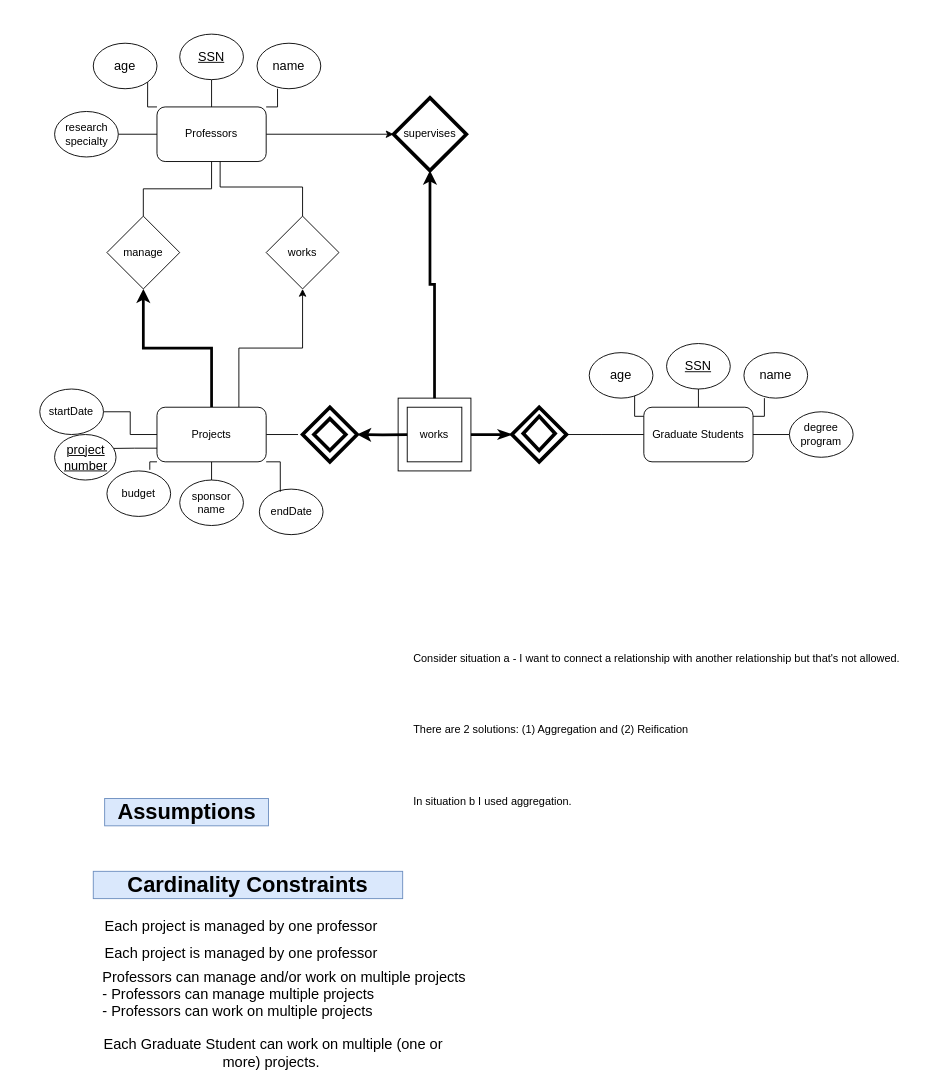
saraimarte/CS336 keeps this draw.io diagram as hw1/hw.drawio. Above is the earlier version. Source tidied: cells renumbered, new cells numbered last; positions are measured from the earlier drawing's top-left corner, leaving out a move shared by most shapes. Both pictures are drawn from the tidied source at 91%, with x=0, y=0 at pixel (39, 34).
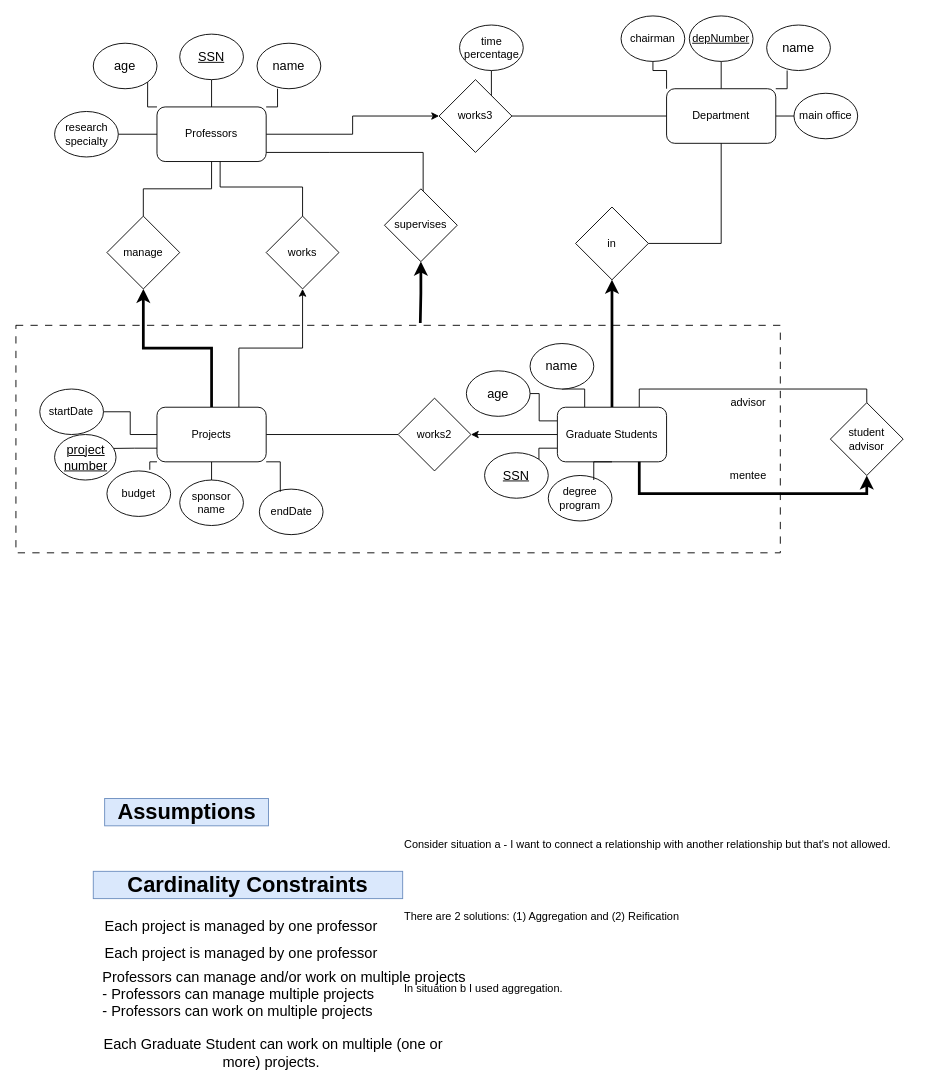
After the change.

Unchanged cells that the change refers to:
```xml
<mxCell id="6" value="Professors" style="rounded=1;whiteSpace=wrap;html=1;" parent="1" vertex="1">
  <mxGeometry x="129" y="80" width="120" height="60" as="geometry" />
</mxCell>
<mxCell id="18" value="Projects" style="rounded=1;whiteSpace=wrap;html=1;" parent="1" vertex="1">
  <mxGeometry x="129" y="410" width="120" height="60" as="geometry" />
</mxCell>
```

Change to the diagram source:
```diff
@@
+    <mxCell id="59" style="rounded=0;whiteSpace=wrap;html=1;dashed=1;fillColor=none;strokeWidth=1;perimeterSpacing=0;dashPattern=8 8;" parent="1" vertex="1">
+      <mxGeometry x="-26" y="320" width="840" height="250" as="geometry" />
+    </mxCell>
@@
-    <mxCell id="5" style="edgeStyle=orthogonalEdgeStyle;rounded=0;jettySize=auto;html=1;" parent="1" edge="1" source="6" target="46">
-      <mxGeometry relative="1" as="geometry" />
+    <mxCell id="5" style="edgeStyle=orthogonalEdgeStyle;rounded=0;orthogonalLoop=1;jettySize=auto;html=1;endArrow=none;endFill=0;" parent="1" edge="1">
+      <mxGeometry relative="1" as="geometry">
+        <mxPoint x="249" y="130" as="sourcePoint" />
+        <mxPoint x="421.5" y="200" as="targetPoint" />
+        <Array as="points">
+          <mxPoint x="319" y="130" />
+          <mxPoint x="319" y="130" />
+        </Array>
+      </mxGeometry>
     </mxCell>
+    <mxCell id="60" style="edgeStyle=orthogonalEdgeStyle;rounded=0;jettySize=auto;html=1;exitX=1;exitY=0.5;exitDx=0;exitDy=0;entryX=0;entryY=0.5;entryDx=0;entryDy=0;" parent="1" edge="1" source="6" target="79">
+      <mxGeometry relative="1" as="geometry" />
+    </mxCell>
@@
-    <mxCell id="17" style="edgeStyle=orthogonalEdgeStyle;rounded=0;jettySize=auto;html=1;exitX=1;exitY=0.5;exitDx=0;exitDy=0;endArrow=none;endFill=0;" parent="1" edge="1" source="18">
-      <mxGeometry relative="1" as="geometry">
-        <mxPoint x="284" y="440" as="targetPoint" />
-      </mxGeometry>
+    <mxCell id="17" style="edgeStyle=orthogonalEdgeStyle;rounded=0;jettySize=auto;html=1;exitX=1;exitY=0.5;exitDx=0;exitDy=0;entryX=0;entryY=0.5;entryDx=0;entryDy=0;endArrow=none;endFill=0;" parent="1" edge="1" source="18" target="66">
+      <mxGeometry relative="1" as="geometry" />
     </mxCell>
@@
-    <mxCell id="24" style="edgeStyle=orthogonalEdgeStyle;rounded=0;orthogonalLoop=1;jettySize=auto;html=1;exitX=0.5;exitY=0;exitDx=0;exitDy=0;endArrow=none;endFill=0;" parent="1" edge="1">
-      <mxGeometry relative="1" as="geometry">
-        <mxPoint x="724" y="420" as="sourcePoint" />
-        <mxPoint x="724" y="390" as="targetPoint" />
-      </mxGeometry>
-    </mxCell>
-    <mxCell id="25" style="edgeStyle=orthogonalEdgeStyle;rounded=0;orthogonalLoop=1;jettySize=auto;html=1;exitX=0;exitY=0;exitDx=0;exitDy=0;entryX=1;entryY=1;entryDx=0;entryDy=0;endArrow=none;endFill=0;" parent="1" edge="1">
-      <mxGeometry relative="1" as="geometry">
-        <mxPoint x="664" y="420" as="sourcePoint" />
-        <mxPoint x="653.9" y="392.6" as="targetPoint" />
-      </mxGeometry>
-    </mxCell>
-    <mxCell id="26" style="edgeStyle=orthogonalEdgeStyle;rounded=0;jettySize=auto;html=1;exitX=1;exitY=0.5;exitDx=0;exitDy=0;entryX=0;entryY=0.5;entryDx=0;entryDy=0;endArrow=none;endFill=0;" parent="1" edge="1" source="28" target="33">
-      <mxGeometry relative="1" as="geometry" />
-    </mxCell>
-    <mxCell id="27" style="edgeStyle=orthogonalEdgeStyle;rounded=0;jettySize=auto;html=1;exitX=0;exitY=0.5;exitDx=0;exitDy=0;entryX=1;entryY=0.5;entryDx=0;entryDy=0;endArrow=none;endFill=0;" parent="1" edge="1" source="28">
-      <mxGeometry relative="1" as="geometry">
-        <mxPoint x="569" y="440" as="targetPoint" />
-      </mxGeometry>
+    <mxCell id="27" style="edgeStyle=orthogonalEdgeStyle;rounded=0;jettySize=auto;html=1;exitX=0;exitY=0.5;exitDx=0;exitDy=0;entryX=1;entryY=0.5;entryDx=0;entryDy=0;" parent="1" edge="1" source="28" target="66">
+      <mxGeometry relative="1" as="geometry" />
     </mxCell>
+    <mxCell id="61" style="edgeStyle=orthogonalEdgeStyle;rounded=0;jettySize=auto;html=1;exitX=0.5;exitY=0;exitDx=0;exitDy=0;entryX=0.5;entryY=1;entryDx=0;entryDy=0;endArrow=classic;endFill=1;strokeWidth=3;" parent="1" edge="1" source="28" target="82">
+      <mxGeometry relative="1" as="geometry" />
+    </mxCell>
+    <mxCell id="62" style="edgeStyle=orthogonalEdgeStyle;rounded=0;jettySize=auto;html=1;exitX=0;exitY=0.75;exitDx=0;exitDy=0;entryX=1;entryY=0;entryDx=0;entryDy=0;endArrow=none;endFill=0;" parent="1" edge="1" source="28" target="29">
+      <mxGeometry relative="1" as="geometry" />
+    </mxCell>
+    <mxCell id="63" style="edgeStyle=orthogonalEdgeStyle;rounded=0;jettySize=auto;html=1;exitX=0.25;exitY=0;exitDx=0;exitDy=0;endArrow=none;endFill=0;" parent="1" edge="1" source="28" target="30">
+      <mxGeometry relative="1" as="geometry" />
+    </mxCell>
+    <mxCell id="64" style="edgeStyle=orthogonalEdgeStyle;rounded=0;jettySize=auto;html=1;exitX=0;exitY=0.25;exitDx=0;exitDy=0;endArrow=none;endFill=0;" parent="1" edge="1" source="28" target="32">
+      <mxGeometry relative="1" as="geometry" />
+    </mxCell>
+    <mxCell id="65" style="edgeStyle=orthogonalEdgeStyle;rounded=0;jettySize=auto;html=1;exitX=0.75;exitY=0;exitDx=0;exitDy=0;entryX=0.5;entryY=0;entryDx=0;entryDy=0;endArrow=none;endFill=0;" parent="1" edge="1" source="28" target="84">
+      <mxGeometry relative="1" as="geometry" />
+    </mxCell>
     <mxCell id="28" value="Graduate Students" style="rounded=1;whiteSpace=wrap;html=1;" parent="1" vertex="1">
-      <mxGeometry x="664" y="410" width="120" height="60" as="geometry" />
+      <mxGeometry x="569" y="410" width="120" height="60" as="geometry" />
     </mxCell>
     <mxCell id="29" value="&lt;u&gt;&lt;font style=&quot;font-size: 14px;&quot;&gt;SSN&lt;/font&gt;&lt;/u&gt;" style="ellipse;whiteSpace=wrap;html=1;" parent="1" vertex="1">
-      <mxGeometry x="689" y="340" width="70" height="50" as="geometry" />
+      <mxGeometry x="489" y="460" width="70" height="50" as="geometry" />
     </mxCell>
     <mxCell id="30" value="&lt;font style=&quot;font-size: 14px;&quot;&gt;name&lt;/font&gt;" style="ellipse;whiteSpace=wrap;html=1;" parent="1" vertex="1">
-      <mxGeometry x="774" y="350" width="70" height="50" as="geometry" />
+      <mxGeometry x="539" y="340" width="70" height="50" as="geometry" />
     </mxCell>
-    <mxCell id="31" style="edgeStyle=orthogonalEdgeStyle;rounded=0;orthogonalLoop=1;jettySize=auto;html=1;exitX=1;exitY=0;exitDx=0;exitDy=0;entryX=0.321;entryY=1;entryDx=0;entryDy=0;entryPerimeter=0;endArrow=none;endFill=0;" parent="1" edge="1">
-      <mxGeometry relative="1" as="geometry">
-        <mxPoint x="784" y="420" as="sourcePoint" />
-        <mxPoint x="796.5" y="400" as="targetPoint" />
-      </mxGeometry>
-    </mxCell>
     <mxCell id="32" value="&lt;font style=&quot;font-size: 14px;&quot;&gt;age&lt;/font&gt;" style="ellipse;whiteSpace=wrap;html=1;" parent="1" vertex="1">
-      <mxGeometry x="604" y="350" width="70" height="50" as="geometry" />
+      <mxGeometry x="469" y="370" width="70" height="50" as="geometry" />
     </mxCell>
     <mxCell id="33" value="&lt;div&gt;degree&lt;/div&gt;&lt;div&gt;program&lt;/div&gt;" style="ellipse;whiteSpace=wrap;html=1;" parent="1" vertex="1">
-      <mxGeometry x="824" y="415" width="70" height="50" as="geometry" />
+      <mxGeometry x="559" y="485" width="70" height="50" as="geometry" />
     </mxCell>
@@
+    <mxCell id="66" value="works2" style="rhombus;whiteSpace=wrap;html=1;" parent="1" vertex="1">
+      <mxGeometry x="394" y="400" width="80" height="80" as="geometry" />
+    </mxCell>
@@
-    <mxCell id="46" value="supervises" style="rhombus;whiteSpace=wrap;html=1;strokeWidth=4;" parent="1" vertex="1">
-      <mxGeometry x="389" y="70" width="80" height="80" as="geometry" />
+    <mxCell id="46" value="supervises" style="rhombus;whiteSpace=wrap;html=1;" parent="1" vertex="1">
+      <mxGeometry x="379" y="170" width="80" height="80" as="geometry" />
     </mxCell>
+    <mxCell id="67" style="edgeStyle=orthogonalEdgeStyle;rounded=0;jettySize=auto;html=1;entryX=0.529;entryY=-0.01;entryDx=0;entryDy=0;entryPerimeter=0;endArrow=none;endFill=0;startArrow=classic;startFill=1;strokeWidth=3;" parent="1" edge="1" source="46" target="59">
+      <mxGeometry relative="1" as="geometry" />
+    </mxCell>
     <mxCell id="47" value="&lt;p&gt;Consider situation a - I want to connect a relationship with another relationship but that's not allowed.&amp;nbsp;&lt;/p&gt;&#10;&lt;p&gt;&lt;/p&gt;&#10;&lt;p&gt;There are 2 solutions: (1) Aggregation and (2) Reification&amp;nbsp;&lt;/p&gt;&#10;&lt;p&gt;&lt;/p&gt;&#10;&lt;p&gt;In situation b I used aggregation.&amp;nbsp;&lt;/p&gt;" style="text;whiteSpace=wrap;html=1;" parent="1" vertex="1">
-      <mxGeometry x="409" y="660" width="560" height="230" as="geometry" />
+      <mxGeometry x="399" y="865" width="560" height="230" as="geometry" />
     </mxCell>
-    <mxCell id="48" style="group;" parent="1" vertex="1">
-      <mxGeometry x="394" y="400" width="80" height="80" as="geometry" />
-    </mxCell>
-    <mxCell id="49" style="whiteSpace=wrap;html=1;" parent="48" vertex="1">
-      <mxGeometry width="80" height="80" as="geometry" />
-    </mxCell>
-    <mxCell id="50" value="works" style="whiteSpace=wrap;html=1;" parent="48" vertex="1">
-      <mxGeometry x="10" y="10" width="60" height="60" as="geometry" />
-    </mxCell>
-    <mxCell id="51" style="rhombus;whiteSpace=wrap;html=1;strokeWidth=4;" parent="1" vertex="1">
-      <mxGeometry x="289" y="410" width="60" height="60" as="geometry" />
-    </mxCell>
-    <mxCell id="52" style="edgeStyle=orthogonalEdgeStyle;rounded=0;jettySize=auto;html=1;endArrow=none;endFill=0;strokeWidth=3;startArrow=classic;startFill=1;" parent="1" edge="1" target="50">
-      <mxGeometry relative="1" as="geometry">
-        <mxPoint x="349" y="440" as="sourcePoint" />
-      </mxGeometry>
-    </mxCell>
-    <mxCell id="53" style="rhombus;whiteSpace=wrap;html=1;strokeWidth=4;" parent="1" vertex="1">
-      <mxGeometry x="301.5" y="422.5" width="35" height="35" as="geometry" />
-    </mxCell>
-    <mxCell id="54" style="group;" parent="1" vertex="1">
-      <mxGeometry x="519" y="410" width="60" height="60" as="geometry" />
-    </mxCell>
-    <mxCell id="55" style="rhombus;whiteSpace=wrap;html=1;strokeWidth=4;" parent="54" vertex="1">
-      <mxGeometry width="60" height="60" as="geometry" />
-    </mxCell>
-    <mxCell id="56" style="rhombus;whiteSpace=wrap;html=1;strokeWidth=4;" parent="54" vertex="1">
-      <mxGeometry x="12.5" y="10" width="35" height="37.5" as="geometry" />
-    </mxCell>
-    <mxCell id="57" style="edgeStyle=orthogonalEdgeStyle;rounded=0;jettySize=auto;html=1;endArrow=classicThin;endFill=1;strokeWidth=3;" parent="1" edge="1" source="49">
-      <mxGeometry relative="1" as="geometry">
-        <mxPoint x="519" y="440" as="targetPoint" />
-      </mxGeometry>
-    </mxCell>
-    <mxCell id="58" style="edgeStyle=orthogonalEdgeStyle;rounded=0;jettySize=auto;html=1;entryX=0.5;entryY=1;entryDx=0;entryDy=0;strokeWidth=3;" parent="1" edge="1" source="49" target="46">
-      <mxGeometry relative="1" as="geometry" />
-    </mxCell>
+    <mxCell id="68" style="edgeStyle=orthogonalEdgeStyle;rounded=0;jettySize=auto;html=1;exitX=0.5;exitY=0;exitDx=0;exitDy=0;endArrow=none;endFill=0;" parent="1" edge="1" source="72">
+      <mxGeometry relative="1" as="geometry">
+        <mxPoint x="749" y="30" as="targetPoint" />
+      </mxGeometry>
+    </mxCell>
+    <mxCell id="69" style="edgeStyle=orthogonalEdgeStyle;rounded=0;jettySize=auto;html=1;exitX=1;exitY=0.5;exitDx=0;exitDy=0;entryX=0;entryY=0.5;entryDx=0;entryDy=0;endArrow=none;endFill=0;" parent="1" edge="1" source="72" target="76">
+      <mxGeometry relative="1" as="geometry" />
+    </mxCell>
+    <mxCell id="70" style="edgeStyle=orthogonalEdgeStyle;rounded=0;jettySize=auto;html=1;exitX=0;exitY=0;exitDx=0;exitDy=0;startArrow=none;startFill=0;endArrow=none;endFill=0;" parent="1" edge="1" source="72" target="77">
+      <mxGeometry relative="1" as="geometry" />
+    </mxCell>
+    <mxCell id="71" style="edgeStyle=orthogonalEdgeStyle;rounded=0;jettySize=auto;html=1;exitX=0;exitY=0.5;exitDx=0;exitDy=0;entryX=1;entryY=0.5;entryDx=0;entryDy=0;endArrow=none;endFill=0;" parent="1" edge="1" source="72" target="79">
+      <mxGeometry relative="1" as="geometry" />
+    </mxCell>
+    <mxCell id="72" value="Department" style="rounded=1;whiteSpace=wrap;html=1;" parent="1" vertex="1">
+      <mxGeometry x="689" y="60" width="120" height="60" as="geometry" />
+    </mxCell>
+    <mxCell id="73" value="&lt;u&gt;depNumber&lt;/u&gt;" style="ellipse;whiteSpace=wrap;html=1;" parent="1" vertex="1">
+      <mxGeometry x="714" y="-20" width="70" height="50" as="geometry" />
+    </mxCell>
+    <mxCell id="74" value="&lt;font style=&quot;font-size: 14px;&quot;&gt;name&lt;/font&gt;" style="ellipse;whiteSpace=wrap;html=1;" parent="1" vertex="1">
+      <mxGeometry x="799" y="-10" width="70" height="50" as="geometry" />
+    </mxCell>
+    <mxCell id="75" style="edgeStyle=orthogonalEdgeStyle;rounded=0;jettySize=auto;html=1;exitX=1;exitY=0;exitDx=0;exitDy=0;entryX=0.321;entryY=1;entryDx=0;entryDy=0;entryPerimeter=0;endArrow=none;endFill=0;" parent="1" edge="1" source="72" target="74">
+      <mxGeometry relative="1" as="geometry">
+        <Array as="points">
+          <mxPoint x="822" y="60" />
+        </Array>
+      </mxGeometry>
+    </mxCell>
+    <mxCell id="76" value="main office" style="ellipse;whiteSpace=wrap;html=1;" parent="1" vertex="1">
+      <mxGeometry x="829" y="65" width="70" height="50" as="geometry" />
+    </mxCell>
+    <mxCell id="77" value="chairman" style="ellipse;whiteSpace=wrap;html=1;" parent="1" vertex="1">
+      <mxGeometry x="639" y="-20" width="70" height="50" as="geometry" />
+    </mxCell>
+    <mxCell id="78" style="edgeStyle=orthogonalEdgeStyle;rounded=0;jettySize=auto;html=1;exitX=1;exitY=0;exitDx=0;exitDy=0;entryX=0.5;entryY=1;entryDx=0;entryDy=0;endArrow=none;endFill=0;" parent="1" edge="1" source="79" target="80">
+      <mxGeometry relative="1" as="geometry" />
+    </mxCell>
+    <mxCell id="79" value="works3" style="rhombus;whiteSpace=wrap;html=1;" parent="1" vertex="1">
+      <mxGeometry x="439" y="50" width="80" height="80" as="geometry" />
+    </mxCell>
+    <mxCell id="80" value="&lt;div&gt;time&lt;/div&gt;&lt;div&gt;percentage&lt;/div&gt;" style="ellipse;whiteSpace=wrap;html=1;" parent="1" vertex="1">
+      <mxGeometry x="461.5" y="-10" width="70" height="50" as="geometry" />
+    </mxCell>
+    <mxCell id="81" style="edgeStyle=orthogonalEdgeStyle;rounded=0;jettySize=auto;html=1;entryX=0.5;entryY=1;entryDx=0;entryDy=0;endArrow=none;endFill=0;strokeWidth=1;" parent="1" edge="1" source="82" target="72">
+      <mxGeometry relative="1" as="geometry" />
+    </mxCell>
+    <mxCell id="82" value="in" style="rhombus;whiteSpace=wrap;html=1;" parent="1" vertex="1">
+      <mxGeometry x="589" y="190" width="80" height="80" as="geometry" />
+    </mxCell>
+    <mxCell id="83" style="edgeStyle=orthogonalEdgeStyle;rounded=0;jettySize=auto;html=1;exitX=0.5;exitY=1;exitDx=0;exitDy=0;entryX=0.75;entryY=1;entryDx=0;entryDy=0;endArrow=none;endFill=0;strokeWidth=3;startArrow=classic;startFill=1;" parent="1" edge="1" source="84" target="28">
+      <mxGeometry relative="1" as="geometry" />
+    </mxCell>
+    <mxCell id="84" value="&lt;div&gt;student&lt;/div&gt;&lt;div&gt;advisor&lt;/div&gt;" style="rhombus;whiteSpace=wrap;html=1;" parent="1" vertex="1">
+      <mxGeometry x="869" y="405" width="80" height="80" as="geometry" />
+    </mxCell>
+    <mxCell id="26" style="edgeStyle=orthogonalEdgeStyle;rounded=0;jettySize=auto;html=1;exitX=0.5;exitY=1;exitDx=0;exitDy=0;entryX=0.714;entryY=0.1;entryDx=0;entryDy=0;entryPerimeter=0;endArrow=none;endFill=0;" parent="1" edge="1" source="28" target="33">
+      <mxGeometry relative="1" as="geometry" />
+    </mxCell>
+    <mxCell id="85" value="advisor" style="text;html=1;align=center;verticalAlign=middle;whiteSpace=wrap;rounded=0;" parent="1" vertex="1">
+      <mxGeometry x="749" y="390" width="60" height="30" as="geometry" />
+    </mxCell>
+    <mxCell id="86" value="mentee" style="text;html=1;align=center;verticalAlign=middle;whiteSpace=wrap;rounded=0;" parent="1" vertex="1">
+      <mxGeometry x="749" y="470" width="60" height="30" as="geometry" />
+    </mxCell>
```
